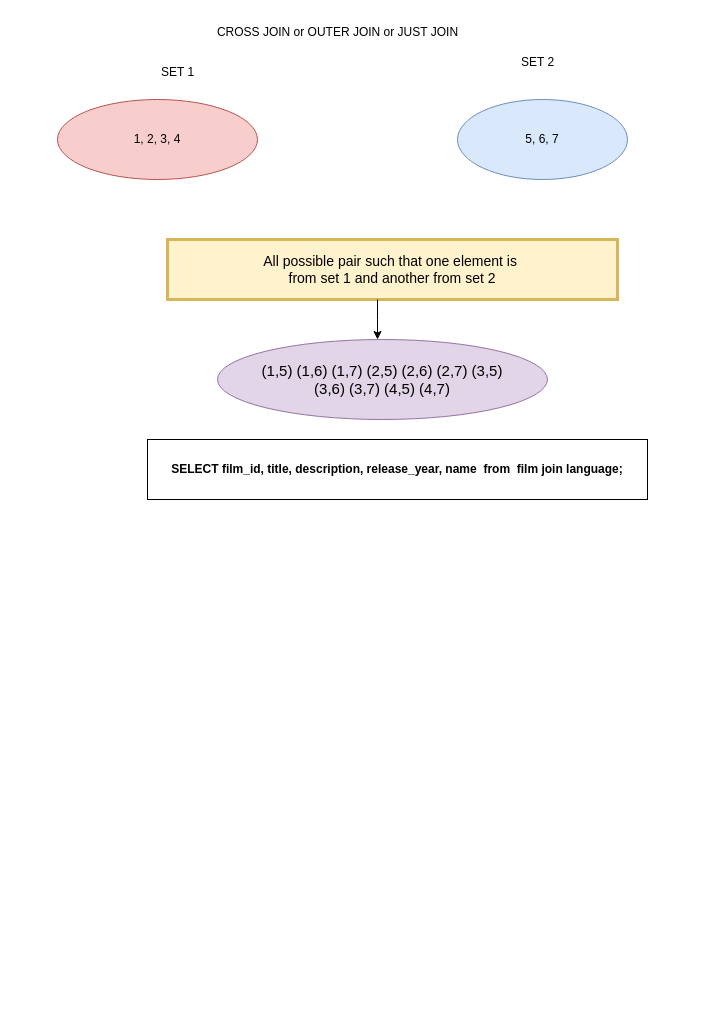
Above: Untitled Diagram.drawio in amit-jha99/SQL (draw.io), before the change. Source tidied: cells renumbered, new cells numbered last; positions are measured from the earlier drawing's top-left corner, leaving out a move shared by most shapes. Both pictures are drawn from the tidied source at 100%, with x=0, y=0 at pixel (57, 17).
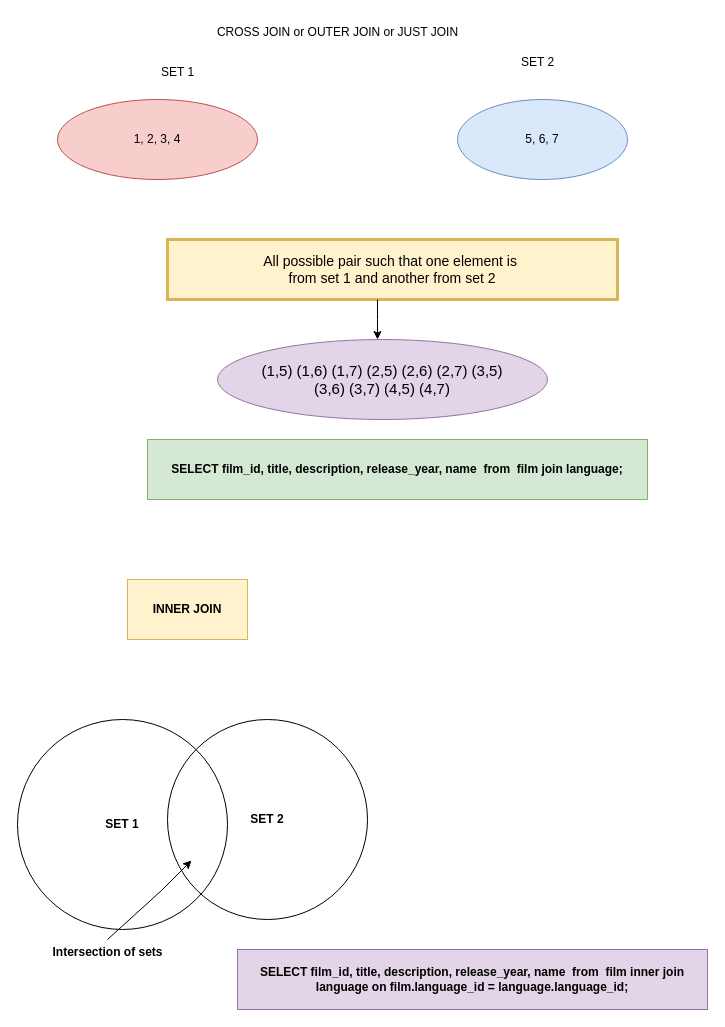
The same page after the edit.

The edit, as a diff of the source:
```diff
@@
-    <mxCell id="10" value="&lt;b&gt;SELECT film_id, title, description, release_year, name&amp;nbsp; from&amp;nbsp; film join language;&lt;/b&gt;" style="rounded=0;whiteSpace=wrap;html=1;" parent="1" vertex="1">
+    <mxCell id="10" value="&lt;b&gt;SELECT film_id, title, description, release_year, name&amp;nbsp; from&amp;nbsp; film join language;&lt;/b&gt;" style="rounded=0;whiteSpace=wrap;html=1;fillColor=#d5e8d4;strokeColor=#82b366;" parent="1" vertex="1">
       <mxGeometry x="90" y="422" width="500" height="60" as="geometry" />
     </mxCell>
+    <mxCell id="11" value="&lt;b&gt;SET 1&lt;/b&gt;" style="ellipse;whiteSpace=wrap;html=1;" parent="1" vertex="1">
+      <mxGeometry x="-40" y="702" width="210" height="210" as="geometry" />
+    </mxCell>
+    <mxCell id="12" value="&lt;b&gt;SET 2&lt;/b&gt;" style="ellipse;whiteSpace=wrap;html=1;fillColor=none;" parent="1" vertex="1">
+      <mxGeometry x="110" y="702" width="200" height="200" as="geometry" />
+    </mxCell>
+    <mxCell id="13" style="endArrow=classic;html=1;rounded=0;" parent="1" edge="1">
+      <mxGeometry relative="1" as="geometry">
+        <mxPoint x="50" y="922" as="sourcePoint" />
+        <mxPoint x="134" y="843" as="targetPoint" />
+        <Array as="points">
+          <mxPoint x="104" y="873" />
+        </Array>
+      </mxGeometry>
+    </mxCell>
+    <mxCell id="14" value="&lt;b&gt;Intersection of sets&lt;/b&gt;" style="text;html=1;align=center;verticalAlign=middle;strokeColor=none;fillColor=none;" parent="1" vertex="1">
+      <mxGeometry x="-15" y="920" width="130" height="30" as="geometry" />
+    </mxCell>
+    <mxCell id="15" value="&lt;b&gt;INNER JOIN&lt;/b&gt;" style="rounded=0;whiteSpace=wrap;html=1;fillColor=#fff2cc;strokeColor=#d6b656;" parent="1" vertex="1">
+      <mxGeometry x="70" y="562" width="120" height="60" as="geometry" />
+    </mxCell>
+    <mxCell id="16" value="&lt;b&gt;SELECT film_id, title, description, release_year, name&amp;nbsp; from&amp;nbsp; film inner join language on film.language_id = language.language_id;&lt;/b&gt;" style="rounded=0;whiteSpace=wrap;html=1;fillColor=#e1d5e7;strokeColor=#9673a6;" parent="1" vertex="1">
+      <mxGeometry x="180" y="932" width="470" height="60" as="geometry" />
+    </mxCell>
```
